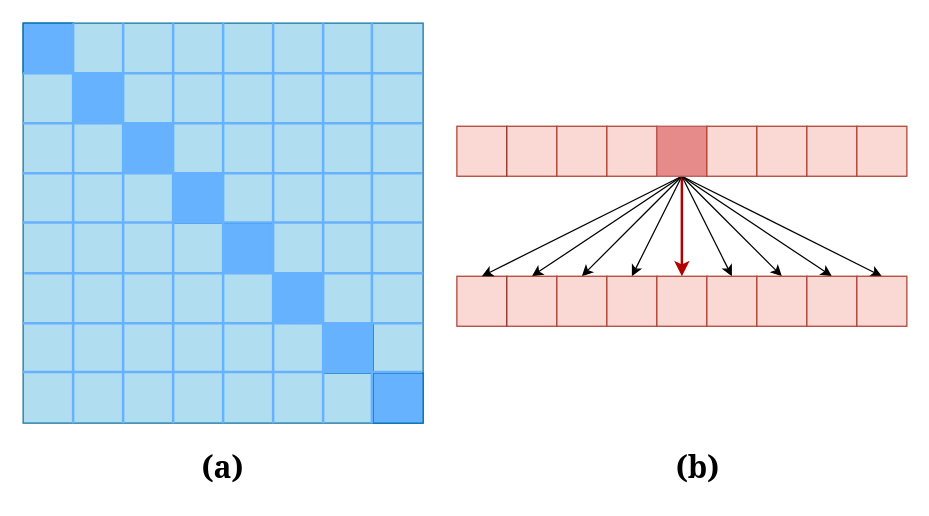
Earlier version of the draw.io diagram page "ViT-SA" (3 of 5) of mypaper_model.drawio (628014/628014.github.io). Source tidied: cells renumbered, new cells numbered last; positions are measured from the earlier drawing's top-left corner, leaving out a move shared by most shapes. Both pictures are drawn from the tidied source at 125%, with x=0, y=0 at pixel (22, 22).
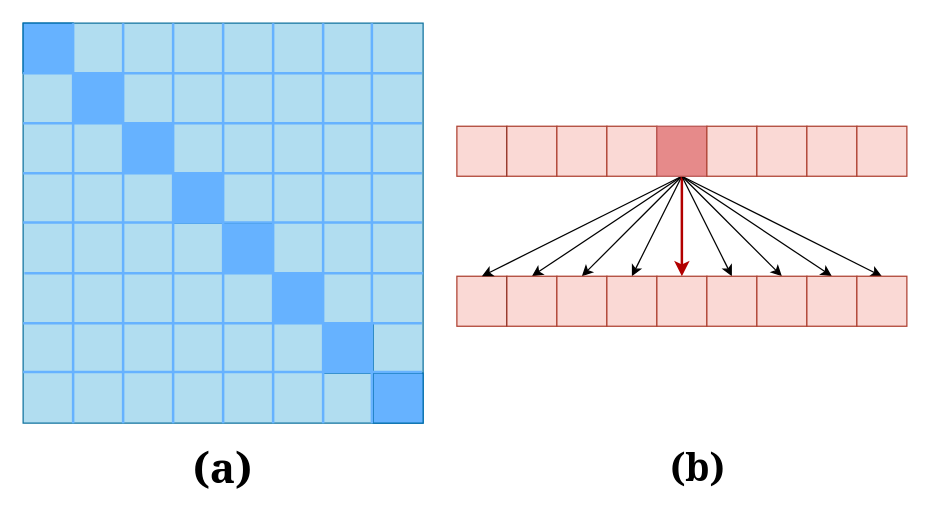
The same page after the edit.

Diff of the diagram source:
```diff
@@
-    <mxCell id="68" value="&lt;font size=&quot;1&quot; face=&quot;Georgia&quot; style=&quot;&quot;&gt;&lt;b style=&quot;font-size: 24px;&quot;&gt;(a)&lt;/b&gt;&lt;/font&gt;" style="text;html=1;strokeColor=none;fillColor=none;align=center;verticalAlign=middle;whiteSpace=wrap;rounded=0;" parent="1" vertex="1">
+    <mxCell id="68" value="&lt;font size=&quot;1&quot; face=&quot;Georgia&quot; style=&quot;&quot;&gt;&lt;b style=&quot;font-size: 34px;&quot;&gt;(a)&lt;/b&gt;&lt;/font&gt;" style="text;html=1;strokeColor=none;fillColor=none;align=center;verticalAlign=middle;whiteSpace=wrap;rounded=0;" parent="1" vertex="1">
       <mxGeometry x="130" y="340" width="60" height="30" as="geometry" />
     </mxCell>
-    <mxCell id="69" value="&lt;font face=&quot;Georgia&quot; size=&quot;1&quot;&gt;&lt;b style=&quot;font-size: 24px;&quot;&gt;(b)&lt;/b&gt;&lt;/font&gt;" style="text;html=1;strokeColor=none;fillColor=none;align=center;verticalAlign=middle;whiteSpace=wrap;rounded=0;" parent="1" vertex="1">
+    <mxCell id="69" value="&lt;font face=&quot;Georgia&quot; size=&quot;1&quot;&gt;&lt;b style=&quot;font-size: 30px;&quot;&gt;(b)&lt;/b&gt;&lt;/font&gt;" style="text;html=1;strokeColor=none;fillColor=none;align=center;verticalAlign=middle;whiteSpace=wrap;rounded=0;" parent="1" vertex="1">
       <mxGeometry x="510" y="340" width="60" height="30" as="geometry" />
     </mxCell>
```
